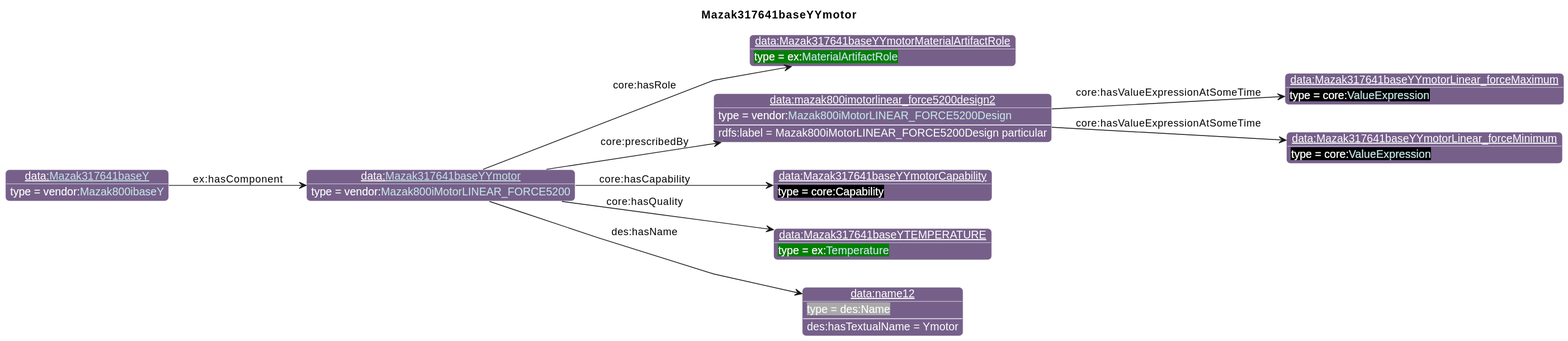
Earlier version of the PlantUML export diagrams/Mazak317641baseYYmotor.svg (iofoundry/example-syseng-mtconnect).
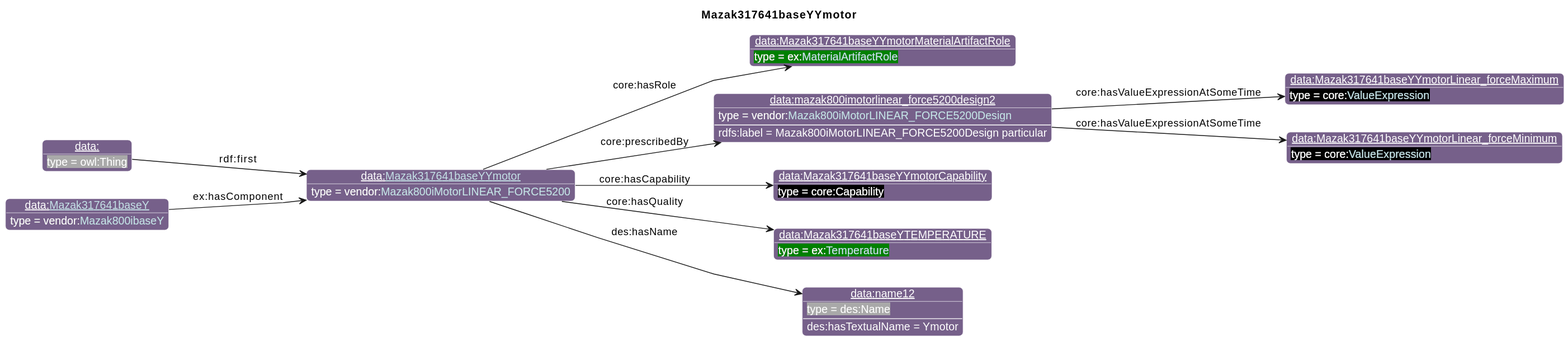
After the change.

Diff of the diagram source:
```diff
@@ -33,7 +33,8 @@
 individual(o5, data:Mazak317641baseYYmotorCapability, core:Capability)
 individual(o6, data:Mazak317641baseYTEMPERATURE, ex:[[../Example.html#Temperature Temperature]])
 individual(o7, data:name12, des:Name)
-individual(o8, data:[[./Mazak317641baseY.html Mazak317641baseY]], vendor:[[../Mazak.html#Mazak800ibaseY Mazak800ibaseY]])
+individual(o8, data:, owl:Thing)
+individual(o9, data:[[./Mazak317641baseY.html Mazak317641baseY]], vendor:[[../Mazak.html#Mazak800ibaseY Mazak800ibaseY]])
 property(o0, "core:hasRole", o1)
 property(o0, "core:prescribedBy", o2)
 data(o2, "rdfs:label", "Mazak800iMotorLINEAR_FORCE5200Design particular")
@@ -43,5 +44,6 @@
 property(o0, "core:hasQuality", o6)
 property(o0, "des:hasName", o7)
 data(o7, "des:hasTextualName", "Ymotor")
-property(o8, "ex:hasComponent", o0)
+property(o8, "rdf:first", o0)
+property(o9, "ex:hasComponent", o0)
 @enduml
```
